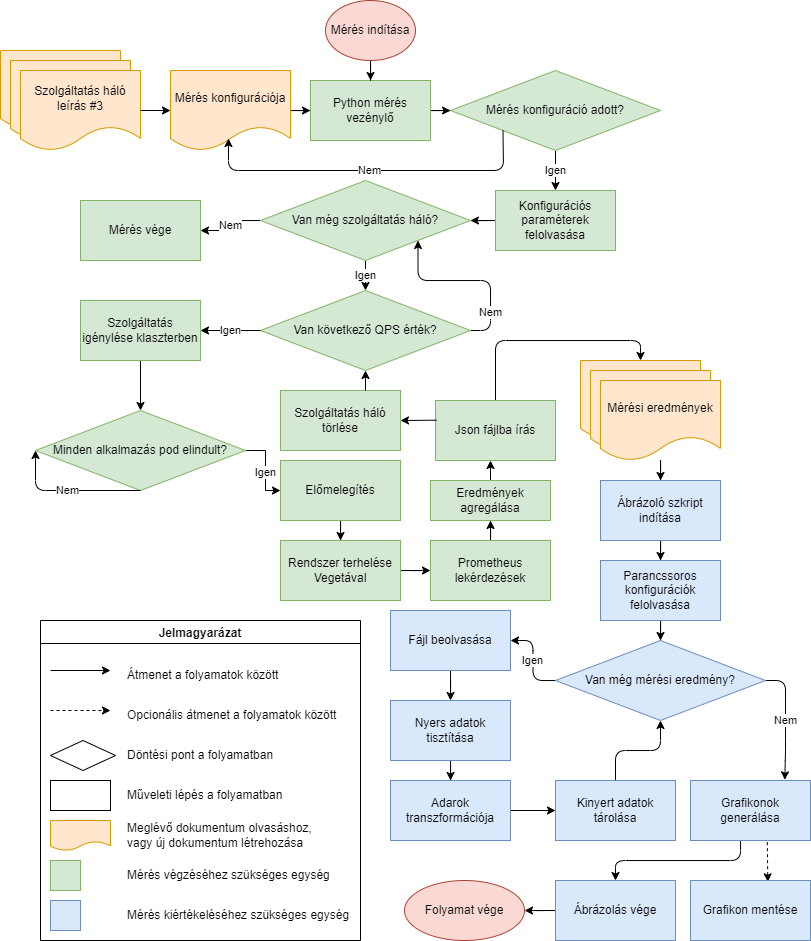
Earlier version of the draw.io export thesis/figures/measurement_and_draw_workflow.png (Tutkovics/Scaling_MSc). Source tidied: cells renumbered, new cells last; positions are measured from the earlier drawing's top-left corner, leaving out a move shared by most shapes.
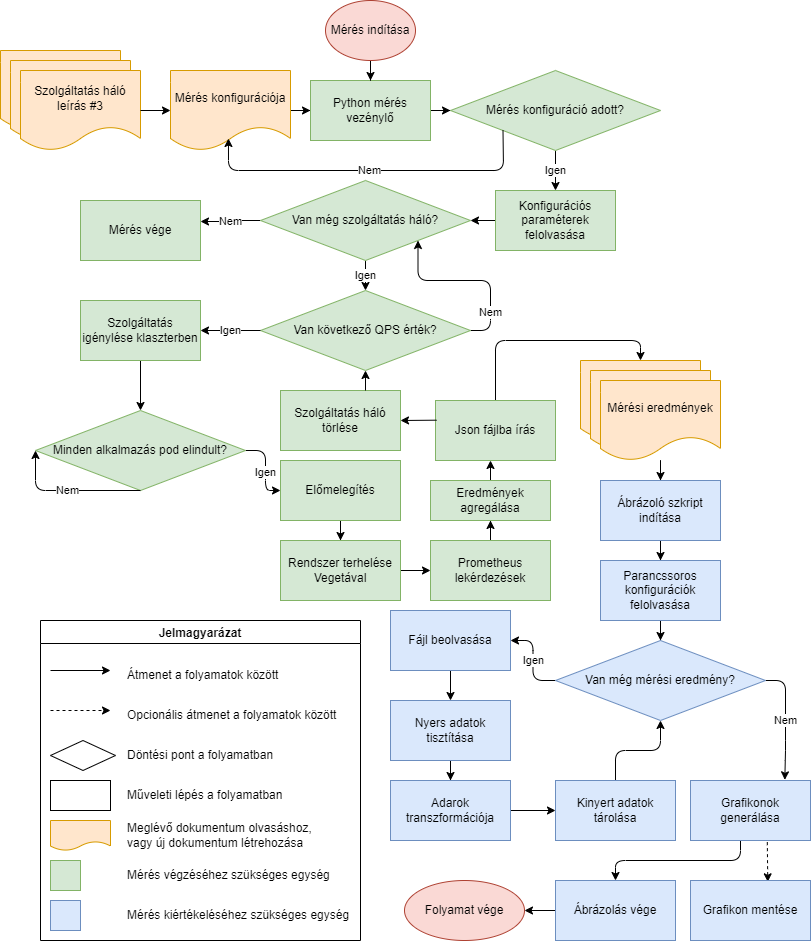
The same diagram one commit later.

Change to the diagram source:
```diff
@@ -55,8 +55,10 @@
     <mxCell id="17" value="Igen" style="edgeStyle=orthogonalEdgeStyle;rounded=0;jettySize=auto;html=1;" parent="1" edge="1" source="19" target="21">
       <mxGeometry relative="1" as="geometry" />
     </mxCell>
-    <mxCell id="18" value="Nem" style="edgeStyle=orthogonalEdgeStyle;rounded=0;jettySize=auto;html=1;entryX=1;entryY=0.5;entryDx=0;entryDy=0;" parent="1" edge="1" source="19" target="39">
-      <mxGeometry relative="1" as="geometry" />
+    <mxCell id="18" value="Nem" style="edgeStyle=orthogonalEdgeStyle;rounded=0;jettySize=auto;html=1;" parent="1" edge="1" source="19">
+      <mxGeometry relative="1" as="geometry">
+        <mxPoint x="200" y="221" as="targetPoint" />
+      </mxGeometry>
     </mxCell>
     <mxCell id="19" value="Van még szolgáltatás háló?" style="rhombus;whiteSpace=wrap;html=1;fillColor=#d5e8d4;strokeColor=#82b366;" parent="1" vertex="1">
       <mxGeometry x="260" y="180" width="210" height="80" as="geometry" />
@@ -82,7 +84,7 @@
     <mxCell id="24" value="Szolgáltatás igénylése klaszterben" style="whiteSpace=wrap;html=1;fillColor=#d5e8d4;strokeColor=#82b366;" parent="1" vertex="1">
       <mxGeometry x="80" y="300" width="120" height="60" as="geometry" />
     </mxCell>
-    <mxCell id="25" value="Igen" style="edgeStyle=orthogonalEdgeStyle;rounded=0;jettySize=auto;shadow=0;labelBackgroundColor=default;fontColor=default;labelBorderColor=none;html=1;" parent="1" edge="1" source="26" target="29">
+    <mxCell id="25" value="Igen" style="edgeStyle=orthogonalEdgeStyle;rounded=1;jettySize=auto;shadow=0;labelBackgroundColor=default;fontColor=default;labelBorderColor=none;html=1;" parent="1" edge="1" source="26" target="29">
       <mxGeometry x="0.11" relative="1" as="geometry" />
     </mxCell>
     <mxCell id="26" value="Minden alkalmazás pod elindult?" style="rhombus;whiteSpace=wrap;html=1;fillColor=#d5e8d4;strokeColor=#82b366;" parent="1" vertex="1">
```
